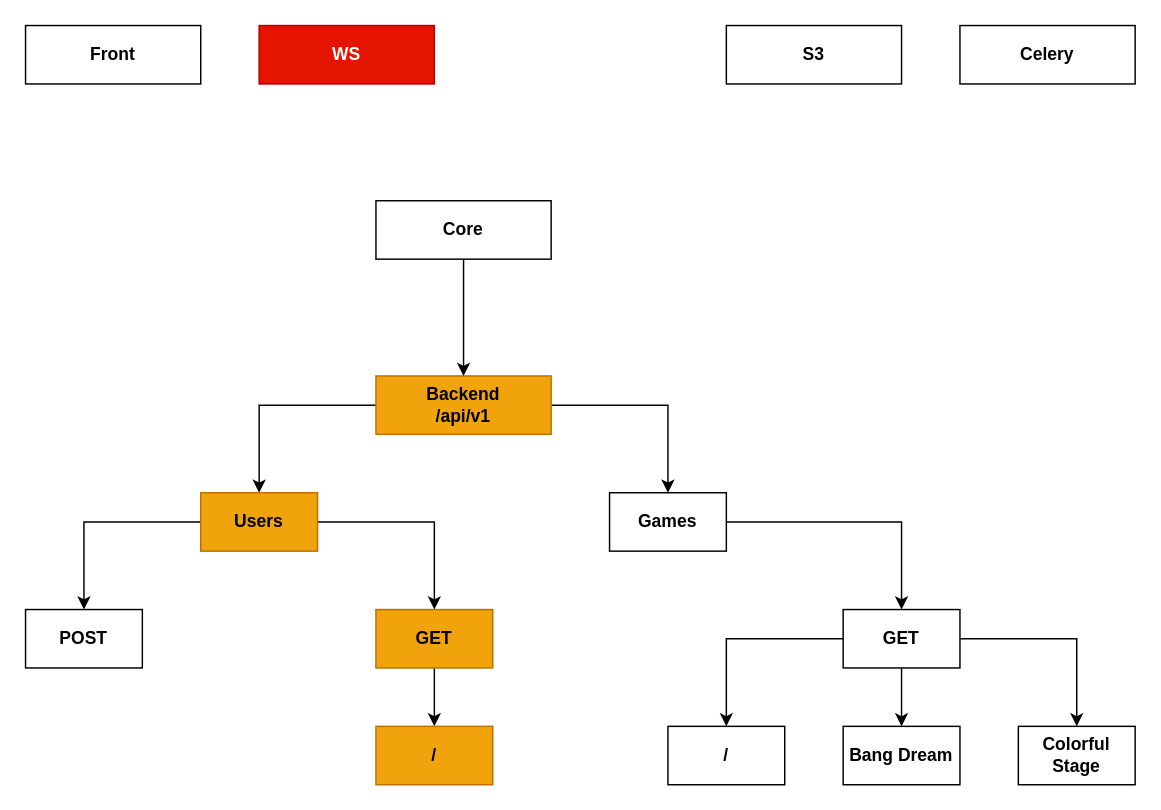
Earlier version of the draw.io diagram page "Backend" (1 of 4) of data/Diagram.drawio (aintp3d0/GameProfile). Source tidied: cells renumbered, new cells numbered last; positions are measured from the earlier drawing's top-left corner, leaving out a move shared by most shapes. Both pictures are drawn from the tidied source at 146%, with x=0, y=0 at pixel (25, 25).
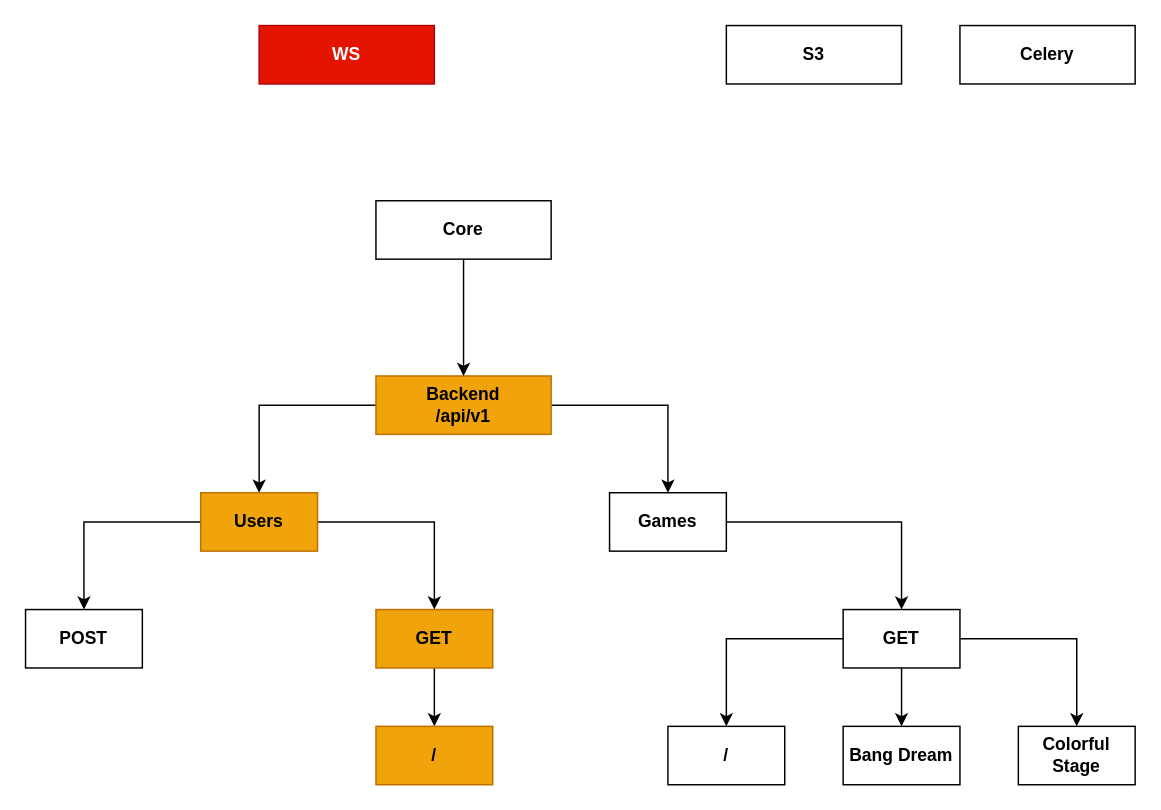
The same page after the edit.

Diff of the diagram source:
```diff
@@
-    <mxCell id="5" value="&lt;b&gt;Front&lt;/b&gt;" style="rounded=0;whiteSpace=wrap;html=1;" parent="1" vertex="1">
-      <mxGeometry width="120" height="40" as="geometry" />
-    </mxCell>
```
